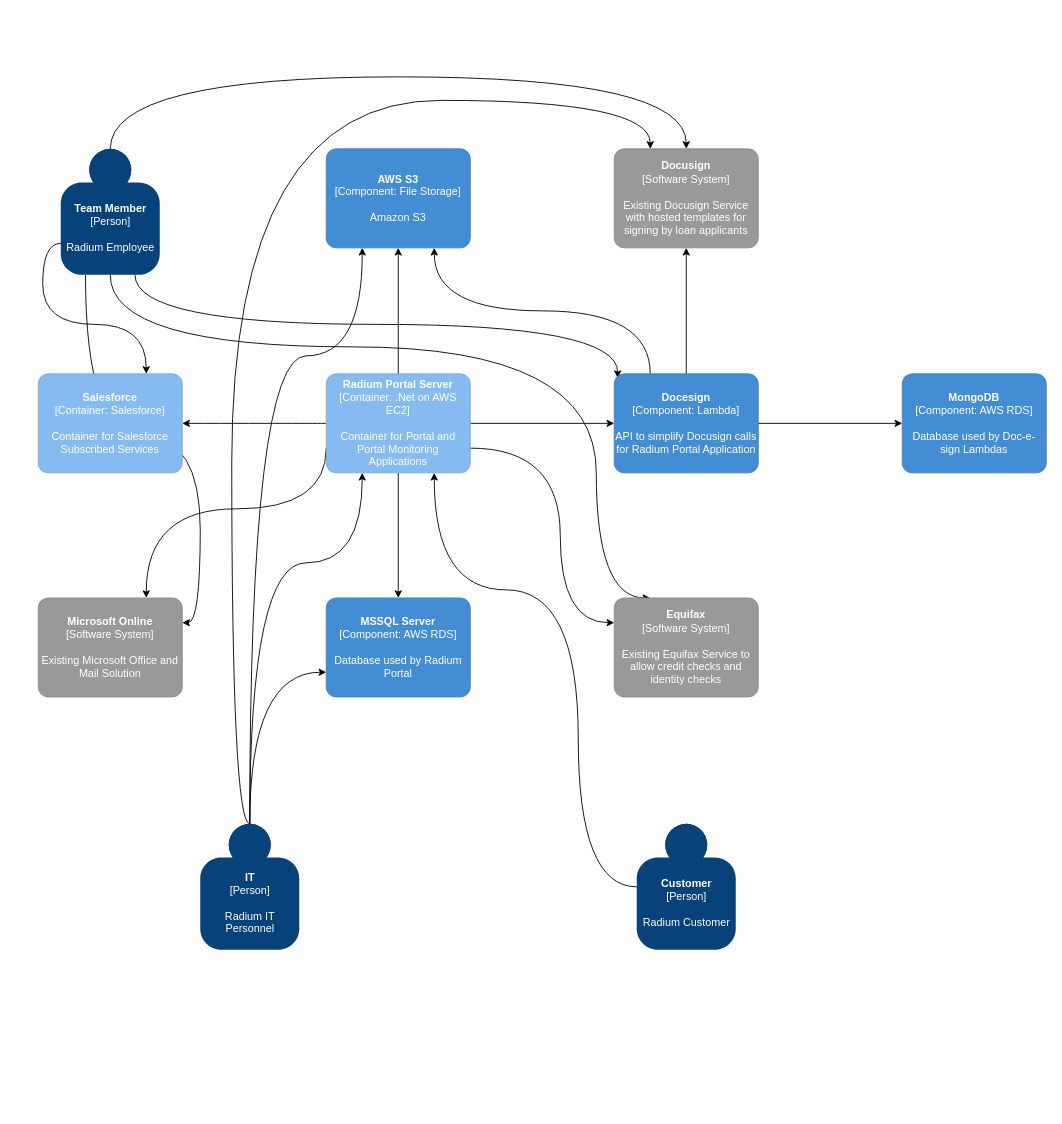
This is page "Layer 1" (1 of 2) of Untitled Diagram.drawio from holmesrg/testonly, a draw.io file, before an edit. Source tidied: cells renumbered, new cells numbered last; positions are measured from the earlier drawing's top-left corner, leaving out a move shared by most shapes. Both pictures are drawn from the tidied source at 90%, with x=0, y=0 at pixel (38, 76).
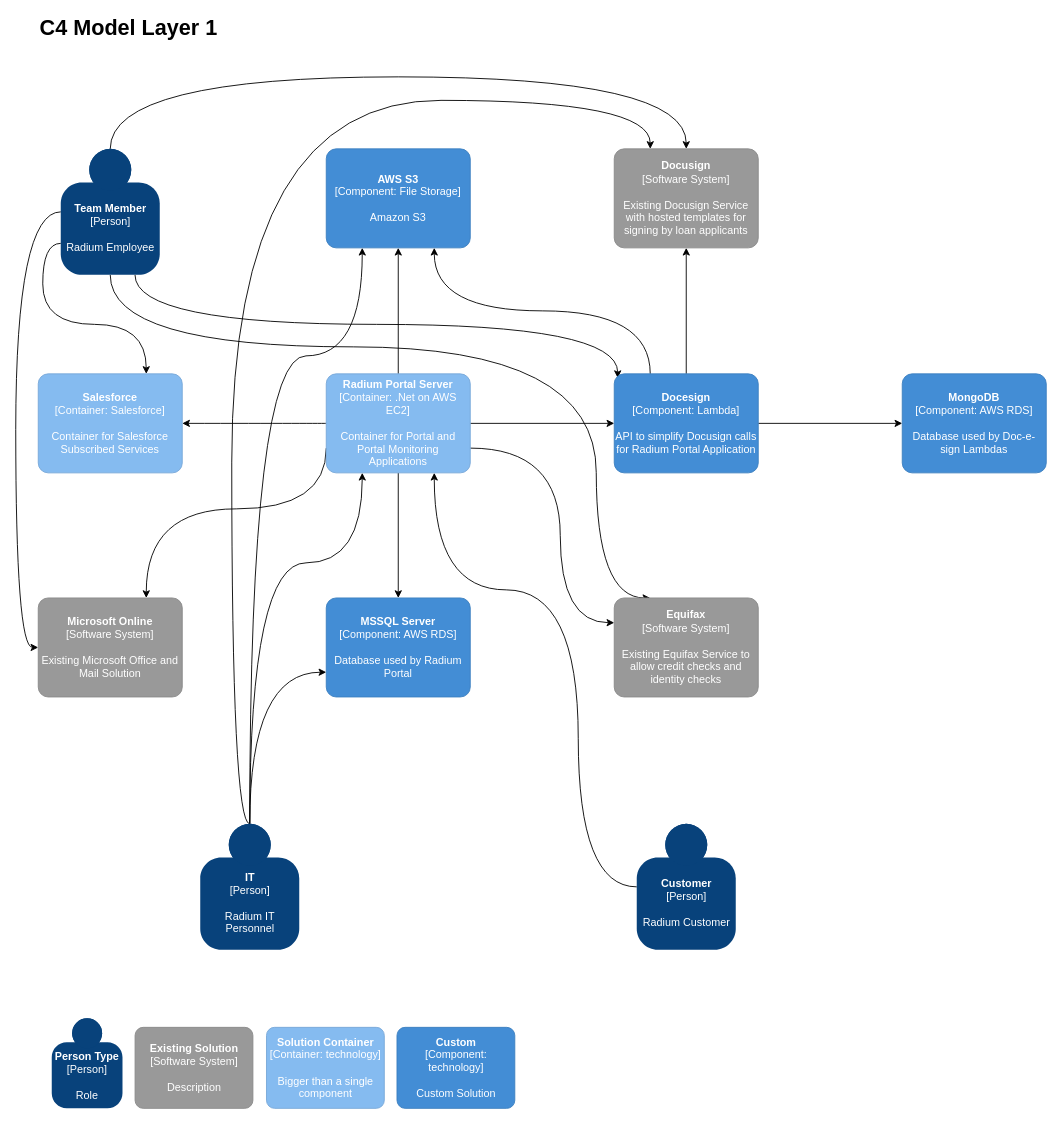
The same page after the edit.

The change refers to these unchanged cells:
```xml
<object id="7" label="&lt;b&gt;%c4Name%&lt;/b&gt;&lt;div&gt;[%c4Type%]&lt;/div&gt;&lt;br&gt;&lt;div&gt;%c4Description%&lt;/div&gt;" c4Description="Radium Employee" c4Name="Team Member" c4Type="Person" placeholders="1">
  <mxCell style="html=1;dashed=0;whitespace=wrap;fillColor=#08427b;strokeColor=none;fontColor=#ffffff;shape=mxgraph.c4.person;align=center;points=[[0.5,0,0],[1,0.5,0],[1,0.75,0],[0.75,1,0],[0.5,1,0],[0.25,1,0],[0,0.75,0],[0,0.5,0]];metaData={&quot;c4Type&quot;:{&quot;editable&quot;:false}};" parent="1" vertex="1">
    <mxGeometry x="25" y="79.9" width="110" height="140" as="geometry" />
  </mxCell>
</object>
<object id="15" label="&lt;b&gt;%c4Name%&lt;/b&gt;&lt;div&gt;[%c4Type%]&lt;/div&gt;&lt;br&gt;&lt;div&gt;%c4Description%&lt;/div&gt;" c4Description="Existing Microsoft Office and Mail Solution" c4Name="Microsoft Online" c4Type="Software System" placeholders="1">
  <mxCell style="rounded=1;whiteSpace=wrap;html=1;labelBackgroundColor=none;fillColor=#999999;fontColor=#ffffff;align=center;arcSize=10;strokeColor=#8A8A8A;metaData={&quot;c4Type&quot;:{&quot;editable&quot;:false}};points=[[0.25,0,0],[0.5,0,0],[0.75,0,0],[1,0.25,0],[1,0.5,0],[1,0.75,0],[0.75,1,0],[0.5,1,0],[0.25,1,0],[0,0.75,0],[0,0.5,0],[0,0.25,0]];" parent="1" vertex="1">
    <mxGeometry y="578.9" width="160" height="110" as="geometry" />
  </mxCell>
</object>
```

Change to the diagram source:
```diff
@@
-    <mxCell id="2" style="edgeStyle=orthogonalEdgeStyle;curved=1;rounded=0;jettySize=auto;html=1;exitX=0.25;exitY=1;exitDx=0;exitDy=0;exitPerimeter=0;entryX=1;entryY=0.25;entryDx=0;entryDy=0;entryPerimeter=0;startArrow=none;startFill=0;endArrow=classic;endFill=1;" parent="1" edge="1" source="7" target="15">
-      <mxGeometry relative="1" as="geometry" />
-    </mxCell>
@@
+    <mxCell id="2" style="edgeStyle=orthogonalEdgeStyle;curved=1;rounded=0;jettySize=auto;html=1;exitX=0;exitY=0.5;exitDx=0;exitDy=0;exitPerimeter=0;entryX=0;entryY=0.5;entryDx=0;entryDy=0;entryPerimeter=0;startArrow=none;startFill=0;endArrow=classic;endFill=1;fontSize=24;" parent="1" edge="1" source="7" target="15">
+      <mxGeometry relative="1" as="geometry">
+        <Array as="points">
+          <mxPoint x="-25" y="150" />
+          <mxPoint x="-25" y="634" />
+        </Array>
+      </mxGeometry>
+    </mxCell>
@@
+    <object id="33" label="&lt;b&gt;%c4Name%&lt;/b&gt;&lt;div&gt;[%c4Type%]&lt;/div&gt;&lt;br&gt;&lt;div&gt;%c4Description%&lt;/div&gt;" c4Description="Description" c4Name="Existing Solution" c4Type="Software System" placeholders="1">
+      <mxCell style="rounded=1;whiteSpace=wrap;html=1;labelBackgroundColor=none;fillColor=#999999;fontColor=#ffffff;align=center;arcSize=10;strokeColor=#8A8A8A;metaData={&quot;c4Type&quot;:{&quot;editable&quot;:false}};" parent="1" vertex="1">
+        <mxGeometry x="107.6" y="1056" width="130.9" height="90" as="geometry" />
+      </mxCell>
+    </object>
+    <object id="34" label="&lt;b&gt;%c4Name%&lt;/b&gt;&lt;div&gt;[%c4Type%: %c4Technology%]&lt;/div&gt;&lt;br&gt;&lt;div&gt;%c4Description%&lt;/div&gt;" c4Description="Custom Solution" c4Name="Custom" c4Technology="technology" c4Type="Component" placeholders="1">
+      <mxCell style="rounded=1;whiteSpace=wrap;html=1;labelBackgroundColor=none;fillColor=#438DD5;fontColor=#ffffff;align=center;arcSize=10;strokeColor=#3C7FC0;metaData={&quot;c4Type&quot;:{&quot;editable&quot;:false}};" parent="1" vertex="1">
+        <mxGeometry x="398.6" y="1056" width="130.9" height="90" as="geometry" />
+      </mxCell>
+    </object>
+    <object id="35" label="&lt;b&gt;%c4Name%&lt;/b&gt;&lt;div&gt;[%c4Type%: %c4Technology%]&lt;/div&gt;&lt;br&gt;&lt;div&gt;%c4Description%&lt;/div&gt;" c4Description="Bigger than a single component" c4Name="Solution Container" c4Technology="technology" c4Type="Container" placeholders="1">
+      <mxCell style="rounded=1;whiteSpace=wrap;html=1;labelBackgroundColor=none;fillColor=#85BBF0;fontColor=#ffffff;align=center;arcSize=10;strokeColor=#78A8D8;metaData={&quot;c4Type&quot;:{&quot;editable&quot;:false}};" parent="1" vertex="1">
+        <mxGeometry x="253.6" y="1056" width="130.9" height="90" as="geometry" />
+      </mxCell>
+    </object>
+    <object id="36" label="&lt;b&gt;%c4Name%&lt;/b&gt;&lt;div&gt;[%c4Type%]&lt;/div&gt;&lt;br&gt;&lt;div&gt;%c4Description%&lt;/div&gt;" c4Description="Role" c4Name="Person Type" c4Type="Person" placeholders="1">
+      <mxCell style="html=1;dashed=0;whitespace=wrap;fillColor=#08427b;strokeColor=none;fontColor=#ffffff;shape=mxgraph.c4.person;align=center;metaData={&quot;c4Type&quot;:{&quot;editable&quot;:false}};" parent="1" vertex="1">
+        <mxGeometry x="15" y="1046" width="78.6" height="100" as="geometry" />
+      </mxCell>
+    </object>
+    <mxCell id="37" value="C4 Model Layer 1" style="text;html=1;strokeColor=none;fillColor=none;align=left;verticalAlign=middle;whiteSpace=wrap;rounded=0;fontStyle=1;fontSize=24;" parent="1" vertex="1">
+      <mxGeometry y="-64" width="280.7" height="20" as="geometry" />
+    </mxCell>
```
